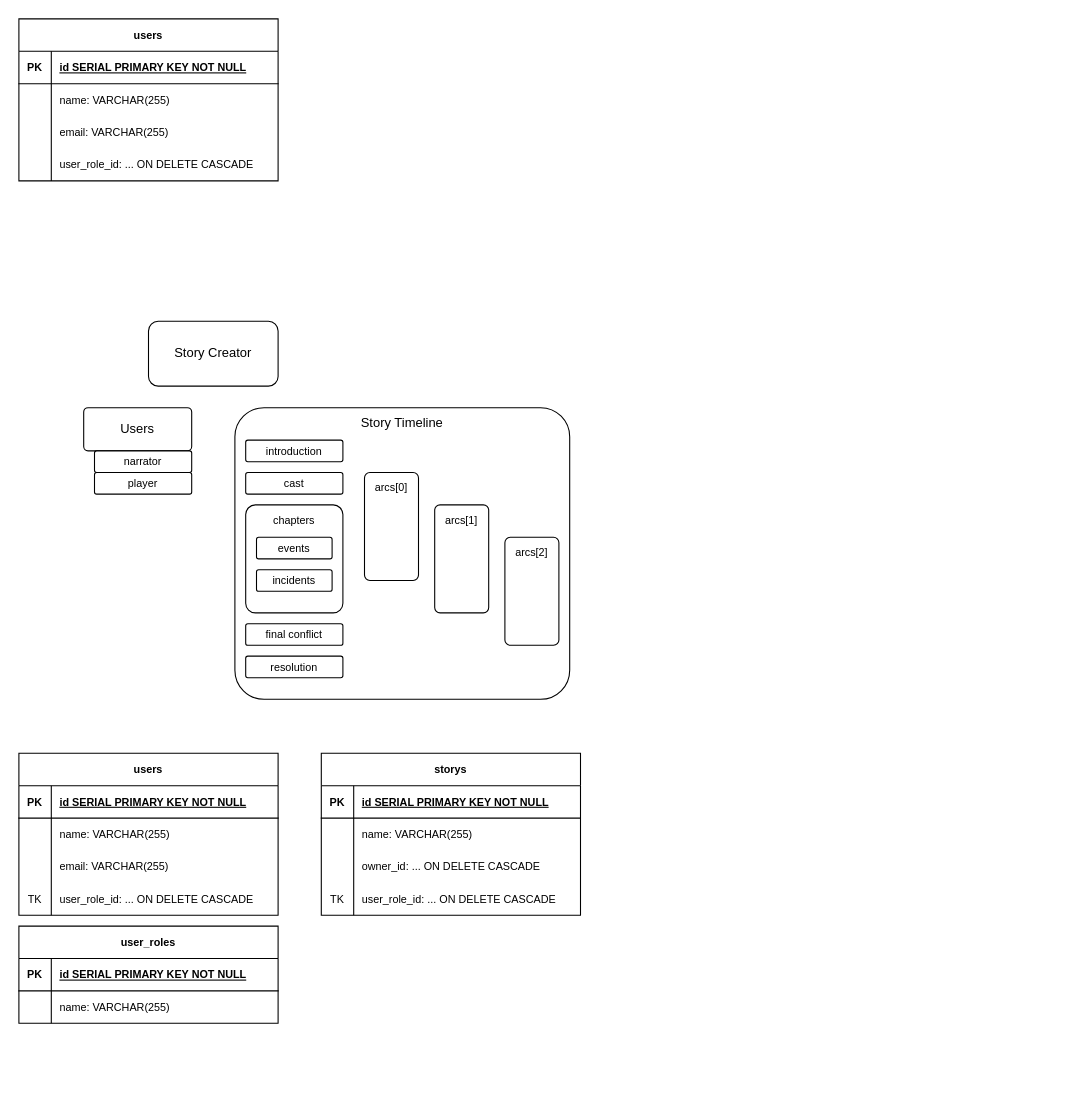
This is db/erd/story_creator.drawio from navycuda/story_creator, a draw.io file, before an edit. Source tidied: cells renumbered, new cells numbered last; positions are measured from the earlier drawing's top-left corner, leaving out a move shared by most shapes. Both pictures are drawn from the tidied source at 108%, with x=0, y=0 at pixel (18, 18).
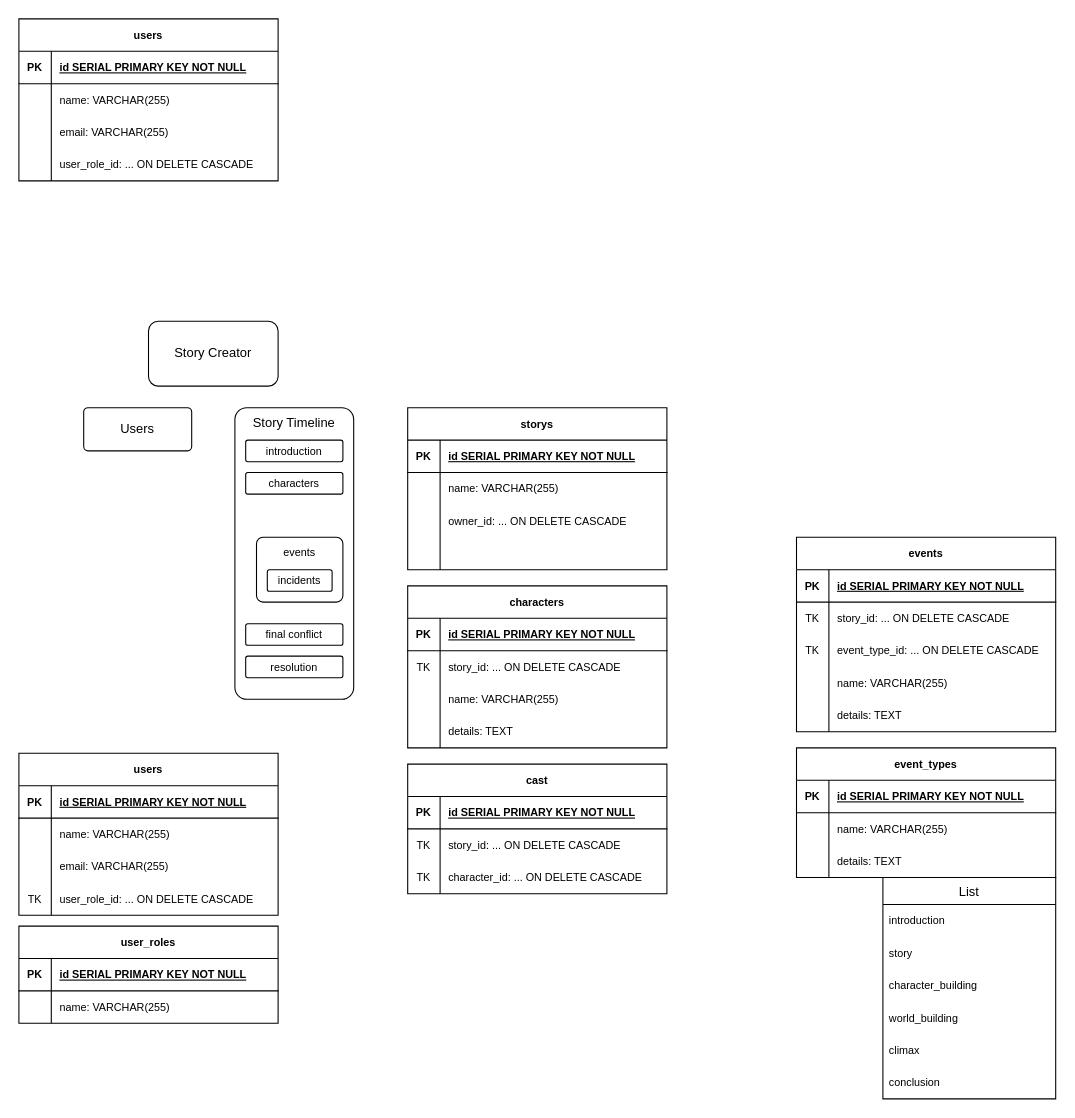
After the change.

Commit message:
Work on core design

The change refers to these unchanged cells:
```xml
<mxCell id="51" style="shape=tableRow;horizontal=0;startSize=0;swimlaneHead=0;swimlaneBody=0;fillColor=none;top=0;left=0;right=0;bottom=0;fontSize=10;" parent="41" vertex="1">
  <mxGeometry y="120" width="240" height="30" as="geometry" />
</mxCell>
```

Diff of the diagram source:
```diff
@@
-    <mxCell id="4" value="&lt;span style=&quot;font-size: 10px;&quot;&gt;narrator&lt;/span&gt;" style="rounded=1;arcSize=10;whiteSpace=wrap;html=1;align=center;" parent="1" vertex="1">
-      <mxGeometry x="70" y="400" width="90" height="20" as="geometry" />
-    </mxCell>
-    <mxCell id="5" value="&lt;span style=&quot;font-size: 10px;&quot;&gt;player&lt;/span&gt;" style="rounded=1;arcSize=10;whiteSpace=wrap;html=1;align=center;" parent="1" vertex="1">
-      <mxGeometry x="70" y="420" width="90" height="20" as="geometry" />
-    </mxCell>
@@
     <mxCell id="39" value="Story Timeline" style="rounded=1;arcSize=10;whiteSpace=wrap;html=1;align=center;verticalAlign=top;" parent="1" vertex="1">
-      <mxGeometry x="200" y="360" width="310" height="270" as="geometry" />
+      <mxGeometry x="200" y="360" width="110" height="270" as="geometry" />
     </mxCell>
-    <mxCell id="40" value="&lt;font style=&quot;font-size: 10px;&quot;&gt;chapters&lt;/font&gt;" style="rounded=1;arcSize=10;whiteSpace=wrap;html=1;align=center;verticalAlign=top;" parent="1" vertex="1">
-      <mxGeometry x="210" y="450" width="90" height="100" as="geometry" />
-    </mxCell>
     <mxCell id="41" value="storys" style="shape=table;startSize=30;childLayout=tableLayout;rowLines=0;fontStyle=1;align=center;fontSize=10;" parent="1" vertex="1">
-      <mxGeometry x="280" y="680" width="240" height="150" as="geometry" />
+      <mxGeometry x="360" y="360" width="240" height="150" as="geometry" />
     </mxCell>
@@
-    <mxCell id="52" value="TK" style="shape=partialRectangle;fillColor=none;top=0;left=0;bottom=0;right=0;overflow=hidden;fontSize=10;" parent="51" vertex="1">
+    <mxCell id="52" style="shape=partialRectangle;fillColor=none;top=0;left=0;bottom=0;right=0;overflow=hidden;fontSize=10;" parent="51" vertex="1">
       <mxGeometry width="30" height="30" as="geometry" />
     </mxCell>
-    <mxCell id="53" value="user_role_id: ... ON DELETE CASCADE" style="shape=partialRectangle;fillColor=none;top=0;left=0;bottom=0;right=0;align=left;spacingLeft=6;overflow=hidden;fontSize=10;" parent="51" vertex="1">
+    <mxCell id="53" style="shape=partialRectangle;fillColor=none;top=0;left=0;bottom=0;right=0;align=left;spacingLeft=6;overflow=hidden;fontSize=10;" parent="51" vertex="1">
       <mxGeometry x="30" width="210" height="30" as="geometry" />
     </mxCell>
-    <mxCell id="54" value="&lt;font style=&quot;font-size: 10px;&quot;&gt;events&lt;/font&gt;" style="rounded=1;arcSize=10;whiteSpace=wrap;html=1;align=center;" parent="1" vertex="1">
-      <mxGeometry x="220" y="480" width="70" height="20" as="geometry" />
+    <mxCell id="54" value="&lt;font style=&quot;font-size: 10px;&quot;&gt;events&lt;/font&gt;" style="rounded=1;arcSize=10;whiteSpace=wrap;html=1;align=center;verticalAlign=top;" parent="1" vertex="1">
+      <mxGeometry x="220" y="480" width="80" height="60" as="geometry" />
     </mxCell>
     <mxCell id="55" value="&lt;font style=&quot;font-size: 10px;&quot;&gt;incidents&lt;/font&gt;" style="rounded=1;arcSize=10;whiteSpace=wrap;html=1;align=center;" parent="1" vertex="1">
-      <mxGeometry x="220" y="510" width="70" height="20" as="geometry" />
+      <mxGeometry x="230" y="510" width="60" height="20" as="geometry" />
     </mxCell>
-    <mxCell id="56" value="&lt;font style=&quot;font-size: 10px;&quot;&gt;arcs[0]&lt;/font&gt;" style="rounded=1;arcSize=10;whiteSpace=wrap;html=1;align=center;verticalAlign=top;" parent="1" vertex="1">
-      <mxGeometry x="320" y="420" width="50" height="100" as="geometry" />
-    </mxCell>
@@
-    <mxCell id="58" value="&lt;font style=&quot;font-size: 10px;&quot;&gt;cast&lt;/font&gt;" style="rounded=1;arcSize=10;whiteSpace=wrap;html=1;align=center;" parent="1" vertex="1">
+    <mxCell id="58" value="&lt;font style=&quot;font-size: 10px;&quot;&gt;characters&lt;/font&gt;" style="rounded=1;arcSize=10;whiteSpace=wrap;html=1;align=center;" parent="1" vertex="1">
       <mxGeometry x="210" y="420" width="90" height="20" as="geometry" />
     </mxCell>
@@
-    <mxCell id="61" value="&lt;font style=&quot;font-size: 10px;&quot;&gt;arcs[1]&lt;/font&gt;" style="rounded=1;arcSize=10;whiteSpace=wrap;html=1;align=center;verticalAlign=top;" parent="1" vertex="1">
-      <mxGeometry x="385" y="450" width="50" height="100" as="geometry" />
-    </mxCell>
-    <mxCell id="62" value="&lt;font style=&quot;font-size: 10px;&quot;&gt;arcs[2]&lt;/font&gt;" style="rounded=1;arcSize=10;whiteSpace=wrap;html=1;align=center;verticalAlign=top;" parent="1" vertex="1">
-      <mxGeometry x="450" y="480" width="50" height="100" as="geometry" />
-    </mxCell>
+    <mxCell id="63" value="characters" style="shape=table;startSize=30;childLayout=tableLayout;rowLines=0;fontStyle=1;align=center;fontSize=10;" parent="1" vertex="1">
+      <mxGeometry x="360" y="525" width="240" height="150" as="geometry" />
+    </mxCell>
+    <mxCell id="64" style="shape=tableRow;horizontal=0;startSize=0;swimlaneHead=0;swimlaneBody=0;fillColor=none;top=0;left=0;right=0;bottom=1;fontSize=10;" parent="63" vertex="1">
+      <mxGeometry y="30" width="240" height="30" as="geometry" />
+    </mxCell>
+    <mxCell id="65" value="PK" style="shape=partialRectangle;fillColor=none;top=0;left=0;bottom=0;right=0;fontStyle=1;overflow=hidden;fontSize=10;" parent="64" vertex="1">
+      <mxGeometry width="30" height="30" as="geometry" />
+    </mxCell>
+    <mxCell id="66" value="id SERIAL PRIMARY KEY NOT NULL" style="shape=partialRectangle;fillColor=none;top=0;left=0;bottom=0;right=0;align=left;spacingLeft=6;fontStyle=5;overflow=hidden;fontSize=10;" parent="64" vertex="1">
+      <mxGeometry x="30" width="210" height="30" as="geometry" />
+    </mxCell>
+    <mxCell id="67" style="shape=tableRow;horizontal=0;startSize=0;swimlaneHead=0;swimlaneBody=0;fillColor=none;top=0;left=0;right=0;bottom=0;fontSize=10;" parent="63" vertex="1">
+      <mxGeometry y="60" width="240" height="30" as="geometry" />
+    </mxCell>
+    <mxCell id="68" value="TK" style="shape=partialRectangle;fillColor=none;top=0;left=0;bottom=0;right=0;overflow=hidden;fontSize=10;" parent="67" vertex="1">
+      <mxGeometry width="30" height="30" as="geometry" />
+    </mxCell>
+    <mxCell id="69" value="story_id: ... ON DELETE CASCADE" style="shape=partialRectangle;fillColor=none;top=0;left=0;bottom=0;right=0;align=left;spacingLeft=6;overflow=hidden;fontSize=10;" parent="67" vertex="1">
+      <mxGeometry x="30" width="210" height="30" as="geometry" />
+    </mxCell>
+    <mxCell id="70" style="shape=tableRow;horizontal=0;startSize=0;swimlaneHead=0;swimlaneBody=0;fillColor=none;top=0;left=0;right=0;bottom=0;fontSize=10;" parent="63" vertex="1">
+      <mxGeometry y="90" width="240" height="30" as="geometry" />
+    </mxCell>
+    <mxCell id="71" style="shape=partialRectangle;fillColor=none;top=0;left=0;bottom=0;right=0;overflow=hidden;fontSize=10;" parent="70" vertex="1">
+      <mxGeometry width="30" height="30" as="geometry" />
+    </mxCell>
+    <mxCell id="72" value="name: VARCHAR(255)" style="shape=partialRectangle;fillColor=none;top=0;left=0;bottom=0;right=0;align=left;spacingLeft=6;overflow=hidden;fontSize=10;" parent="70" vertex="1">
+      <mxGeometry x="30" width="210" height="30" as="geometry" />
+    </mxCell>
+    <mxCell id="73" style="shape=tableRow;horizontal=0;startSize=0;swimlaneHead=0;swimlaneBody=0;fillColor=none;top=0;left=0;right=0;bottom=0;fontSize=10;" parent="63" vertex="1">
+      <mxGeometry y="120" width="240" height="30" as="geometry" />
+    </mxCell>
+    <mxCell id="74" style="shape=partialRectangle;fillColor=none;top=0;left=0;bottom=0;right=0;overflow=hidden;fontSize=10;" parent="73" vertex="1">
+      <mxGeometry width="30" height="30" as="geometry" />
+    </mxCell>
+    <mxCell id="75" value="details: TEXT" style="shape=partialRectangle;fillColor=none;top=0;left=0;bottom=0;right=0;align=left;spacingLeft=6;overflow=hidden;fontSize=10;" parent="73" vertex="1">
+      <mxGeometry x="30" width="210" height="30" as="geometry" />
+    </mxCell>
+    <mxCell id="76" value="events" style="shape=table;startSize=30;childLayout=tableLayout;rowLines=0;fontStyle=1;align=center;fontSize=10;" parent="1" vertex="1">
+      <mxGeometry x="720" y="480" width="240" height="180" as="geometry" />
+    </mxCell>
+    <mxCell id="77" style="shape=tableRow;horizontal=0;startSize=0;swimlaneHead=0;swimlaneBody=0;fillColor=none;top=0;left=0;right=0;bottom=1;fontSize=10;" parent="76" vertex="1">
+      <mxGeometry y="30" width="240" height="30" as="geometry" />
+    </mxCell>
+    <mxCell id="78" value="PK" style="shape=partialRectangle;fillColor=none;top=0;left=0;bottom=0;right=0;fontStyle=1;overflow=hidden;fontSize=10;" parent="77" vertex="1">
+      <mxGeometry width="30" height="30" as="geometry" />
+    </mxCell>
+    <mxCell id="79" value="id SERIAL PRIMARY KEY NOT NULL" style="shape=partialRectangle;fillColor=none;top=0;left=0;bottom=0;right=0;align=left;spacingLeft=6;fontStyle=5;overflow=hidden;fontSize=10;" parent="77" vertex="1">
+      <mxGeometry x="30" width="210" height="30" as="geometry" />
+    </mxCell>
+    <mxCell id="80" style="shape=tableRow;horizontal=0;startSize=0;swimlaneHead=0;swimlaneBody=0;fillColor=none;top=0;left=0;right=0;bottom=0;fontSize=10;" parent="76" vertex="1">
+      <mxGeometry y="60" width="240" height="30" as="geometry" />
+    </mxCell>
+    <mxCell id="81" value="TK" style="shape=partialRectangle;fillColor=none;top=0;left=0;bottom=0;right=0;overflow=hidden;fontSize=10;" parent="80" vertex="1">
+      <mxGeometry width="30" height="30" as="geometry" />
+    </mxCell>
+    <mxCell id="82" value="story_id: ... ON DELETE CASCADE" style="shape=partialRectangle;fillColor=none;top=0;left=0;bottom=0;right=0;align=left;spacingLeft=6;overflow=hidden;fontSize=10;" parent="80" vertex="1">
+      <mxGeometry x="30" width="210" height="30" as="geometry" />
+    </mxCell>
+    <mxCell id="83" style="shape=tableRow;horizontal=0;startSize=0;swimlaneHead=0;swimlaneBody=0;fillColor=none;top=0;left=0;right=0;bottom=0;fontSize=10;" parent="76" vertex="1">
+      <mxGeometry y="90" width="240" height="30" as="geometry" />
+    </mxCell>
+    <mxCell id="84" value="TK" style="shape=partialRectangle;fillColor=none;top=0;left=0;bottom=0;right=0;overflow=hidden;fontSize=10;" parent="83" vertex="1">
+      <mxGeometry width="30" height="30" as="geometry" />
+    </mxCell>
+    <mxCell id="85" value="event_type_id: ... ON DELETE CASCADE" style="shape=partialRectangle;fillColor=none;top=0;left=0;bottom=0;right=0;align=left;spacingLeft=6;overflow=hidden;fontSize=10;" parent="83" vertex="1">
+      <mxGeometry x="30" width="210" height="30" as="geometry" />
+    </mxCell>
+    <mxCell id="86" style="shape=tableRow;horizontal=0;startSize=0;swimlaneHead=0;swimlaneBody=0;fillColor=none;top=0;left=0;right=0;bottom=0;fontSize=10;" parent="76" vertex="1">
+      <mxGeometry y="120" width="240" height="30" as="geometry" />
+    </mxCell>
+    <mxCell id="87" style="shape=partialRectangle;fillColor=none;top=0;left=0;bottom=0;right=0;overflow=hidden;fontSize=10;" parent="86" vertex="1">
+      <mxGeometry width="30" height="30" as="geometry" />
+    </mxCell>
+    <mxCell id="88" value="name: VARCHAR(255)" style="shape=partialRectangle;fillColor=none;top=0;left=0;bottom=0;right=0;align=left;spacingLeft=6;overflow=hidden;fontSize=10;" parent="86" vertex="1">
+      <mxGeometry x="30" width="210" height="30" as="geometry" />
+    </mxCell>
+    <mxCell id="89" style="shape=tableRow;horizontal=0;startSize=0;swimlaneHead=0;swimlaneBody=0;fillColor=none;top=0;left=0;right=0;bottom=0;fontSize=10;" parent="76" vertex="1">
+      <mxGeometry y="150" width="240" height="30" as="geometry" />
+    </mxCell>
+    <mxCell id="90" style="shape=partialRectangle;fillColor=none;top=0;left=0;bottom=0;right=0;overflow=hidden;fontSize=10;" parent="89" vertex="1">
+      <mxGeometry width="30" height="30" as="geometry" />
+    </mxCell>
+    <mxCell id="91" value="details: TEXT" style="shape=partialRectangle;fillColor=none;top=0;left=0;bottom=0;right=0;align=left;spacingLeft=6;overflow=hidden;fontSize=10;" parent="89" vertex="1">
+      <mxGeometry x="30" width="210" height="30" as="geometry" />
+    </mxCell>
+    <mxCell id="92" value="event_types" style="shape=table;startSize=30;childLayout=tableLayout;rowLines=0;fontStyle=1;align=center;fontSize=10;" parent="1" vertex="1">
+      <mxGeometry x="720" y="675" width="240" height="120" as="geometry" />
+    </mxCell>
+    <mxCell id="93" style="shape=tableRow;horizontal=0;startSize=0;swimlaneHead=0;swimlaneBody=0;fillColor=none;top=0;left=0;right=0;bottom=1;fontSize=10;" parent="92" vertex="1">
+      <mxGeometry y="30" width="240" height="30" as="geometry" />
+    </mxCell>
+    <mxCell id="94" value="PK" style="shape=partialRectangle;fillColor=none;top=0;left=0;bottom=0;right=0;fontStyle=1;overflow=hidden;fontSize=10;" parent="93" vertex="1">
+      <mxGeometry width="30" height="30" as="geometry" />
+    </mxCell>
+    <mxCell id="95" value="id SERIAL PRIMARY KEY NOT NULL" style="shape=partialRectangle;fillColor=none;top=0;left=0;bottom=0;right=0;align=left;spacingLeft=6;fontStyle=5;overflow=hidden;fontSize=10;" parent="93" vertex="1">
+      <mxGeometry x="30" width="210" height="30" as="geometry" />
+    </mxCell>
+    <mxCell id="96" style="shape=tableRow;horizontal=0;startSize=0;swimlaneHead=0;swimlaneBody=0;fillColor=none;top=0;left=0;right=0;bottom=0;fontSize=10;" parent="92" vertex="1">
+      <mxGeometry y="60" width="240" height="30" as="geometry" />
+    </mxCell>
+    <mxCell id="97" style="shape=partialRectangle;fillColor=none;top=0;left=0;bottom=0;right=0;overflow=hidden;fontSize=10;" parent="96" vertex="1">
+      <mxGeometry width="30" height="30" as="geometry" />
+    </mxCell>
+    <mxCell id="98" value="name: VARCHAR(255)" style="shape=partialRectangle;fillColor=none;top=0;left=0;bottom=0;right=0;align=left;spacingLeft=6;overflow=hidden;fontSize=10;" parent="96" vertex="1">
+      <mxGeometry x="30" width="210" height="30" as="geometry" />
+    </mxCell>
+    <mxCell id="99" style="shape=tableRow;horizontal=0;startSize=0;swimlaneHead=0;swimlaneBody=0;fillColor=none;top=0;left=0;right=0;bottom=0;fontSize=10;" parent="92" vertex="1">
+      <mxGeometry y="90" width="240" height="30" as="geometry" />
+    </mxCell>
+    <mxCell id="100" style="shape=partialRectangle;fillColor=none;top=0;left=0;bottom=0;right=0;overflow=hidden;fontSize=10;" parent="99" vertex="1">
+      <mxGeometry width="30" height="30" as="geometry" />
+    </mxCell>
+    <mxCell id="101" value="details: TEXT" style="shape=partialRectangle;fillColor=none;top=0;left=0;bottom=0;right=0;align=left;spacingLeft=6;overflow=hidden;fontSize=10;" parent="99" vertex="1">
+      <mxGeometry x="30" width="210" height="30" as="geometry" />
+    </mxCell>
+    <mxCell id="102" value="List" style="swimlane;fontStyle=0;horizontal=1;startSize=25;align=center;fontSize=12;" parent="1" vertex="1">
+      <mxGeometry x="800" y="795" width="160" height="205" as="geometry" />
+    </mxCell>
+    <mxCell id="103" value="introduction" style="text;strokeColor=none;fillColor=none;spacingLeft=4;spacingRight=4;overflow=hidden;fontSize=10;verticalAlign=middle;" parent="102" vertex="1">
+      <mxGeometry y="25" width="160" height="30" as="geometry" />
+    </mxCell>
+    <mxCell id="104" value="story" style="text;strokeColor=none;fillColor=none;spacingLeft=4;spacingRight=4;overflow=hidden;fontSize=10;verticalAlign=middle;" parent="102" vertex="1">
+      <mxGeometry y="55" width="160" height="30" as="geometry" />
+    </mxCell>
+    <mxCell id="105" value="character_building" style="text;strokeColor=none;fillColor=none;spacingLeft=4;spacingRight=4;overflow=hidden;fontSize=10;verticalAlign=middle;" parent="102" vertex="1">
+      <mxGeometry y="85" width="160" height="30" as="geometry" />
+    </mxCell>
+    <mxCell id="106" value="world_building" style="text;strokeColor=none;fillColor=none;spacingLeft=4;spacingRight=4;overflow=hidden;fontSize=10;verticalAlign=middle;" parent="102" vertex="1">
+      <mxGeometry y="115" width="160" height="30" as="geometry" />
+    </mxCell>
+    <mxCell id="107" value="climax" style="text;strokeColor=none;fillColor=none;spacingLeft=4;spacingRight=4;overflow=hidden;fontSize=10;verticalAlign=middle;" parent="102" vertex="1">
+      <mxGeometry y="145" width="160" height="30" as="geometry" />
+    </mxCell>
+    <mxCell id="108" value="conclusion" style="text;strokeColor=none;fillColor=none;spacingLeft=4;spacingRight=4;overflow=hidden;fontSize=10;verticalAlign=middle;" parent="102" vertex="1">
+      <mxGeometry y="175" width="160" height="30" as="geometry" />
+    </mxCell>
+    <mxCell id="109" value="cast" style="shape=table;startSize=30;childLayout=tableLayout;rowLines=0;fontStyle=1;align=center;fontSize=10;" parent="1" vertex="1">
+      <mxGeometry x="360" y="690" width="240" height="120" as="geometry" />
+    </mxCell>
+    <mxCell id="110" style="shape=tableRow;horizontal=0;startSize=0;swimlaneHead=0;swimlaneBody=0;fillColor=none;top=0;left=0;right=0;bottom=1;fontSize=10;" parent="109" vertex="1">
+      <mxGeometry y="30" width="240" height="30" as="geometry" />
+    </mxCell>
+    <mxCell id="111" value="PK" style="shape=partialRectangle;fillColor=none;top=0;left=0;bottom=0;right=0;fontStyle=1;overflow=hidden;fontSize=10;" parent="110" vertex="1">
+      <mxGeometry width="30" height="30" as="geometry" />
+    </mxCell>
+    <mxCell id="112" value="id SERIAL PRIMARY KEY NOT NULL" style="shape=partialRectangle;fillColor=none;top=0;left=0;bottom=0;right=0;align=left;spacingLeft=6;fontStyle=5;overflow=hidden;fontSize=10;" parent="110" vertex="1">
+      <mxGeometry x="30" width="210" height="30" as="geometry" />
+    </mxCell>
+    <mxCell id="113" style="shape=tableRow;horizontal=0;startSize=0;swimlaneHead=0;swimlaneBody=0;fillColor=none;top=0;left=0;right=0;bottom=0;fontSize=10;" parent="109" vertex="1">
+      <mxGeometry y="60" width="240" height="30" as="geometry" />
+    </mxCell>
+    <mxCell id="114" value="TK" style="shape=partialRectangle;fillColor=none;top=0;left=0;bottom=0;right=0;overflow=hidden;fontSize=10;" parent="113" vertex="1">
+      <mxGeometry width="30" height="30" as="geometry" />
+    </mxCell>
+    <mxCell id="115" value="story_id: ... ON DELETE CASCADE" style="shape=partialRectangle;fillColor=none;top=0;left=0;bottom=0;right=0;align=left;spacingLeft=6;overflow=hidden;fontSize=10;" parent="113" vertex="1">
+      <mxGeometry x="30" width="210" height="30" as="geometry" />
+    </mxCell>
+    <mxCell id="116" style="shape=tableRow;horizontal=0;startSize=0;swimlaneHead=0;swimlaneBody=0;fillColor=none;top=0;left=0;right=0;bottom=0;fontSize=10;" parent="109" vertex="1">
+      <mxGeometry y="90" width="240" height="30" as="geometry" />
+    </mxCell>
+    <mxCell id="117" value="TK" style="shape=partialRectangle;fillColor=none;top=0;left=0;bottom=0;right=0;overflow=hidden;fontSize=10;" parent="116" vertex="1">
+      <mxGeometry width="30" height="30" as="geometry" />
+    </mxCell>
+    <mxCell id="118" value="character_id: ... ON DELETE CASCADE" style="shape=partialRectangle;fillColor=none;top=0;left=0;bottom=0;right=0;align=left;spacingLeft=6;overflow=hidden;fontSize=10;" parent="116" vertex="1">
+      <mxGeometry x="30" width="210" height="30" as="geometry" />
+    </mxCell>
```
